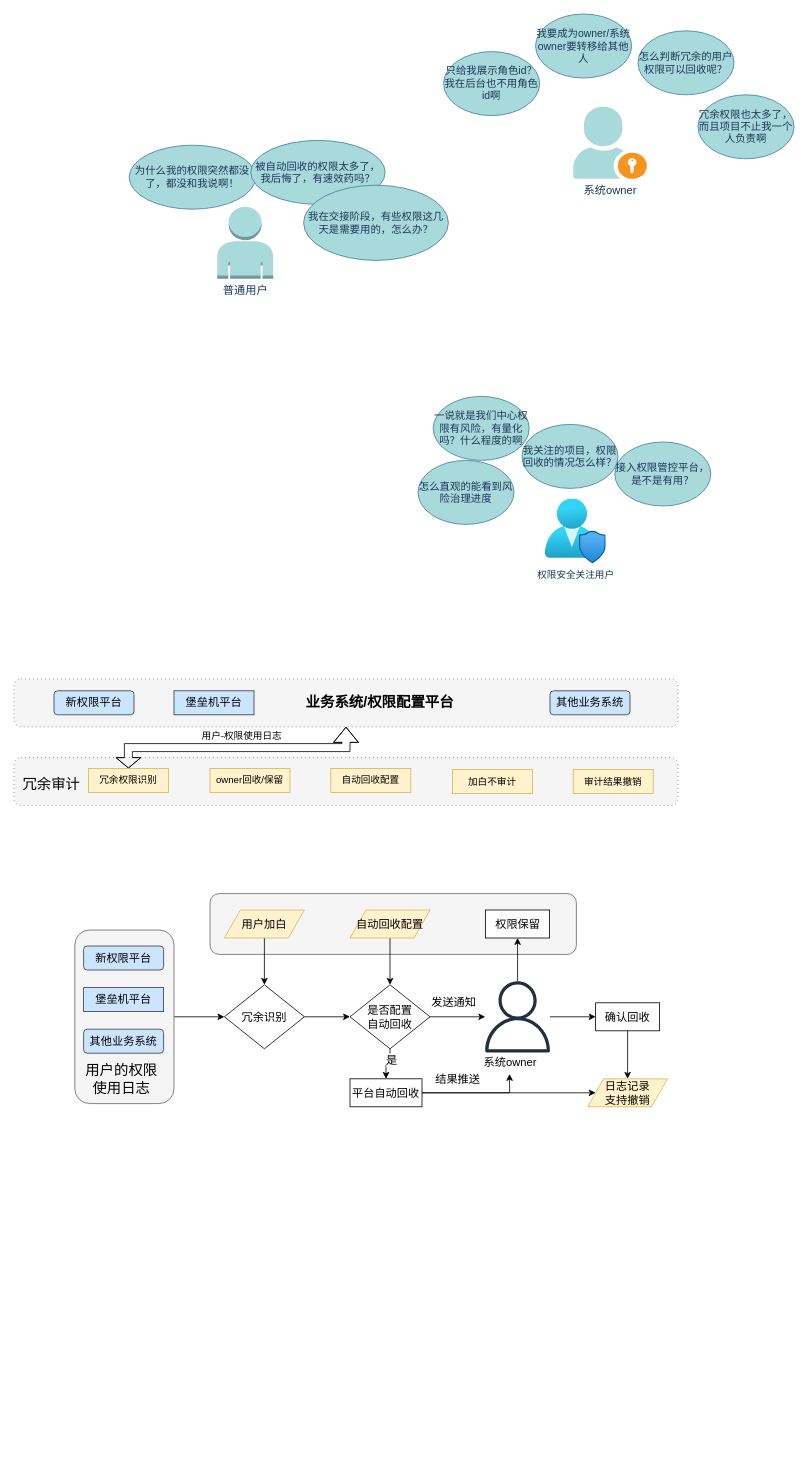
The draw.io diagram page "遇到的问题" (10 of 14) of 权限审计.drawio in zpxiao-ios/hello-world, before the edit. Source tidied: cells renumbered, new cells numbered last; positions are measured from the earlier drawing's top-left corner, leaving out a move shared by most shapes. Both pictures are drawn from the tidied source at 80%, with x=0, y=0 at pixel (14, 14).
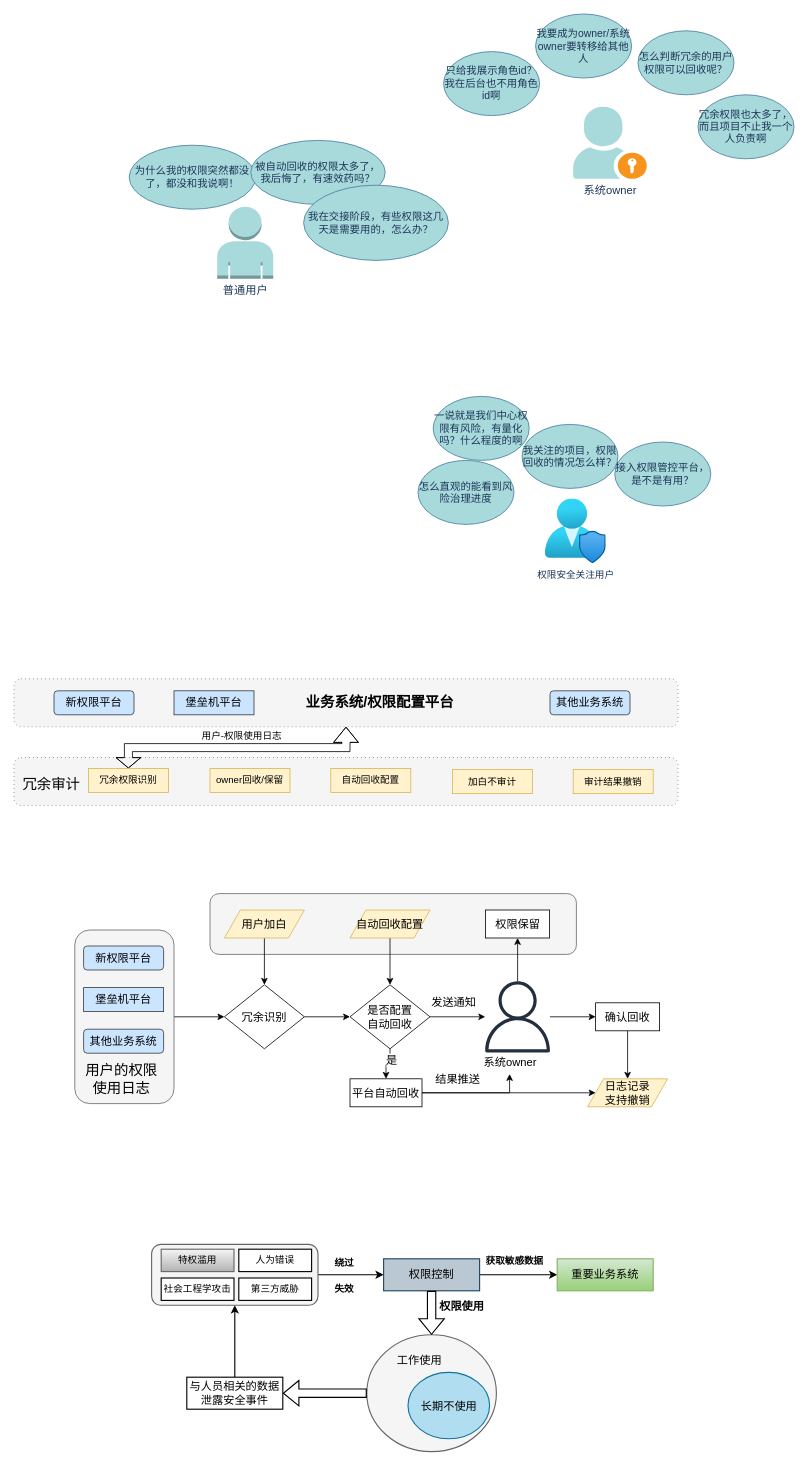
The same page after the edit.

Commit message:
更新权限审计.drawio

Diff of the diagram source:
```diff
@@
+    <mxCell id="60" style="ellipse;whiteSpace=wrap;html=1;strokeWidth=1.4;fontSize=14;fillColor=#f5f5f5;strokeColor=#666666;fontColor=#333333;" parent="1" vertex="1">
+      <mxGeometry x="441" y="1651" width="162" height="146" as="geometry" />
+    </mxCell>
+    <mxCell id="61" value="长期不使用" style="ellipse;whiteSpace=wrap;html=1;strokeWidth=1.4;fontSize=14;fillColor=#b1ddf0;strokeColor=#10739e;" parent="1" vertex="1">
+      <mxGeometry x="492.5" y="1698" width="102" height="83" as="geometry" />
+    </mxCell>
+    <mxCell id="62" value="工作使用" style="text;html=1;align=center;verticalAlign=middle;whiteSpace=wrap;rounded=0;strokeWidth=1.4;fontSize=14;" parent="1" vertex="1">
+      <mxGeometry x="477" y="1668" width="60" height="30" as="geometry" />
+    </mxCell>
+    <mxCell id="63" style="edgeStyle=orthogonalEdgeStyle;rounded=0;jettySize=auto;html=1;entryX=0.5;entryY=1;entryDx=0;entryDy=0;strokeWidth=1.4;fontSize=14;" parent="1" edge="1" source="64" target="67">
+      <mxGeometry relative="1" as="geometry" />
+    </mxCell>
+    <mxCell id="64" value="与人员相关的数据泄露安全事件" style="rounded=0;whiteSpace=wrap;html=1;strokeWidth=1.4;fontSize=14;" parent="1" vertex="1">
+      <mxGeometry x="216" y="1704" width="120" height="40" as="geometry" />
+    </mxCell>
+    <mxCell id="65" style="shape=flexArrow;endArrow=classic;html=1;rounded=0;entryX=1;entryY=0.5;entryDx=0;entryDy=0;exitX=0;exitY=0.5;exitDx=0;exitDy=0;strokeWidth=1.4;fontSize=14;" parent="1" edge="1" source="60" target="64">
+      <mxGeometry relative="1" as="geometry" />
+    </mxCell>
+    <mxCell id="66" style="edgeStyle=orthogonalEdgeStyle;rounded=0;jettySize=auto;html=1;exitX=1;exitY=0.5;exitDx=0;exitDy=0;strokeWidth=1.4;fontSize=14;" parent="1" edge="1" source="67" target="73">
+      <mxGeometry relative="1" as="geometry" />
+    </mxCell>
+    <mxCell id="67" style="rounded=1;whiteSpace=wrap;html=1;fontSize=14;strokeWidth=1.4;fillColor=#f5f5f5;fontColor=#333333;strokeColor=#666666;" parent="1" vertex="1">
+      <mxGeometry x="172" y="1538" width="208" height="76" as="geometry" />
+    </mxCell>
+    <mxCell id="68" value="特权滥用" style="rounded=0;whiteSpace=wrap;html=1;strokeWidth=1.4;fontSize=12;fillColor=#f5f5f5;gradientColor=#b3b3b3;strokeColor=#666666;" parent="1" vertex="1">
+      <mxGeometry x="184" y="1544" width="91" height="28" as="geometry" />
+    </mxCell>
+    <mxCell id="69" value="人为错误" style="rounded=0;whiteSpace=wrap;html=1;strokeWidth=1.4;fontSize=12;" parent="1" vertex="1">
+      <mxGeometry x="281" y="1544" width="91" height="28" as="geometry" />
+    </mxCell>
+    <mxCell id="70" value="社会工程学攻击" style="rounded=0;whiteSpace=wrap;html=1;strokeWidth=1.4;fontSize=12;" parent="1" vertex="1">
+      <mxGeometry x="184" y="1580" width="91" height="28" as="geometry" />
+    </mxCell>
+    <mxCell id="71" value="第三方威胁" style="rounded=0;whiteSpace=wrap;html=1;strokeWidth=1.4;fontSize=12;" parent="1" vertex="1">
+      <mxGeometry x="281" y="1580" width="91" height="28" as="geometry" />
+    </mxCell>
+    <mxCell id="72" style="edgeStyle=orthogonalEdgeStyle;rounded=0;jettySize=auto;html=1;strokeWidth=1.4;fontSize=14;entryX=0;entryY=0.5;entryDx=0;entryDy=0;" parent="1" edge="1" source="73" target="74">
+      <mxGeometry relative="1" as="geometry" />
+    </mxCell>
+    <mxCell id="73" value="权限控制" style="rounded=0;whiteSpace=wrap;html=1;strokeWidth=1.4;fontSize=14;fillColor=#bac8d3;strokeColor=#23445d;" parent="1" vertex="1">
+      <mxGeometry x="462" y="1556" width="120" height="40" as="geometry" />
+    </mxCell>
+    <mxCell id="74" value="重要业务系统" style="rounded=0;whiteSpace=wrap;html=1;strokeWidth=1.4;fontSize=14;fillColor=#d5e8d4;gradientColor=#97d077;strokeColor=#82b366;" parent="1" vertex="1">
+      <mxGeometry x="679" y="1556" width="120" height="40" as="geometry" />
+    </mxCell>
+    <mxCell id="75" style="shape=flexArrow;endArrow=classic;html=1;rounded=0;exitX=0.5;exitY=1;exitDx=0;exitDy=0;entryX=0.5;entryY=0;entryDx=0;entryDy=0;strokeWidth=1.4;fontSize=14;" parent="1" edge="1" source="73" target="60">
+      <mxGeometry relative="1" as="geometry" />
+    </mxCell>
+    <mxCell id="76" value="权限使用" style="text;html=1;align=center;verticalAlign=middle;whiteSpace=wrap;rounded=0;strokeWidth=1.4;fontSize=14;fontStyle=1;" parent="1" vertex="1">
+      <mxGeometry x="530" y="1601" width="60" height="30" as="geometry" />
+    </mxCell>
+    <mxCell id="77" value="获取敏感数据" style="text;html=1;align=center;verticalAlign=middle;whiteSpace=wrap;rounded=0;fontStyle=1;" parent="1" vertex="1">
+      <mxGeometry x="585" y="1544" width="81.5" height="30" as="geometry" />
+    </mxCell>
+    <mxCell id="78" value="绕过" style="text;html=1;align=center;verticalAlign=middle;whiteSpace=wrap;rounded=0;fontStyle=1;" parent="1" vertex="1">
+      <mxGeometry x="372" y="1547" width="81.5" height="30" as="geometry" />
+    </mxCell>
+    <mxCell id="79" value="失效" style="text;html=1;align=center;verticalAlign=middle;whiteSpace=wrap;rounded=0;fontStyle=1;" parent="1" vertex="1">
+      <mxGeometry x="372" y="1579" width="81.5" height="30" as="geometry" />
+    </mxCell>
```
